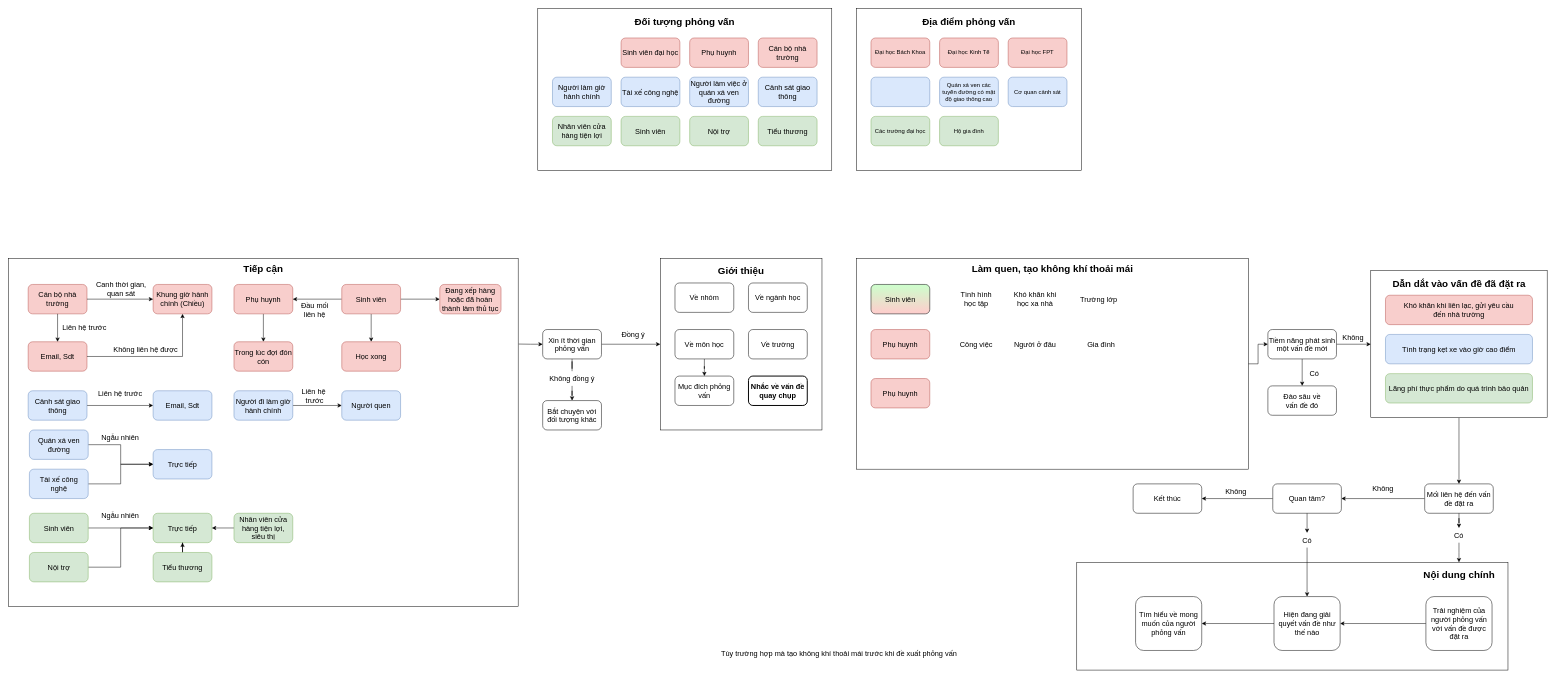
Before: Untitled Diagram.drawio in lukas0173/Draw.io, a draw.io diagram. Source tidied: cells renumbered, new cells numbered last; positions are measured from the earlier drawing's top-left corner, leaving out a move shared by most shapes. Both pictures are drawn from the tidied source at 49%, with x=0, y=0 at pixel (8, 8).
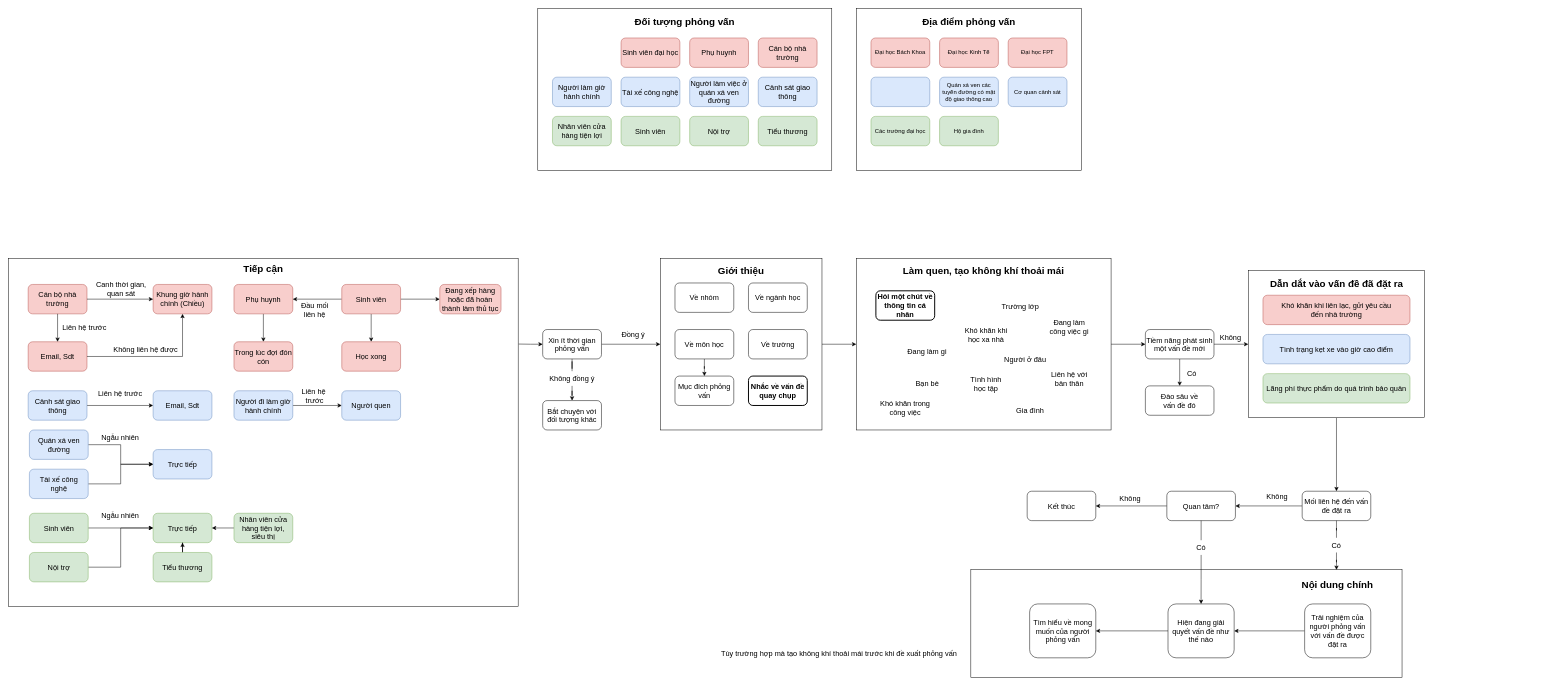
Above is the later version.

Unchanged cells that the change refers to:
```xml
<mxCell id="30" style="rounded=0;whiteSpace=wrap;html=1;" parent="1" vertex="1">
  <mxGeometry x="1330" y="510" width="330" height="350" as="geometry" />
</mxCell>
```

Change to the diagram source:
```diff
@@
+    <mxCell id="140" style="edgeStyle=orthogonalEdgeStyle;rounded=0;jettySize=auto;html=1;" parent="1" edge="1" source="30" target="47">
+      <mxGeometry relative="1" as="geometry" />
+    </mxCell>
@@
     <mxCell id="47" style="rounded=0;whiteSpace=wrap;html=1;" parent="1" vertex="1">
-      <mxGeometry x="1730" y="510" width="800" height="430" as="geometry" />
+      <mxGeometry x="1730" y="510" width="520" height="350" as="geometry" />
     </mxCell>
     <mxCell id="48" value="&lt;span style=&quot;font-size: 20px;&quot;&gt;Làm quen, tạo không khí thoải mái&lt;/span&gt;" style="text;html=1;align=center;verticalAlign=middle;whiteSpace=wrap;rounded=0;fontStyle=1;" parent="1" vertex="1">
-      <mxGeometry x="1843.8" y="516" width="572.5" height="30" as="geometry" />
+      <mxGeometry x="1806.9" y="520" width="366.2" height="30" as="geometry" />
     </mxCell>
-    <mxCell id="49" value="Sinh viên" style="rounded=1;whiteSpace=wrap;html=1;fontSize=15;gradientColor=#FFCCCC;gradientDirection=south;fillColor=#CCFFCC;" parent="1" vertex="1">
-      <mxGeometry x="1760" y="563" width="120" height="60" as="geometry" />
-    </mxCell>
@@
     <mxCell id="52" style="rounded=0;whiteSpace=wrap;html=1;" parent="1" vertex="1">
-      <mxGeometry x="2780" y="535" width="360" height="300" as="geometry" />
+      <mxGeometry x="2530" y="535" width="360" height="300" as="geometry" />
     </mxCell>
     <mxCell id="53" value="&lt;span style=&quot;font-size: 20px;&quot;&gt;Dẫn dắt vào vấn đề đã đặt ra&lt;/span&gt;" style="text;html=1;align=center;verticalAlign=middle;whiteSpace=wrap;rounded=0;fontStyle=1;" parent="1" vertex="1">
-      <mxGeometry x="2813.8" y="546" width="292.5" height="30" as="geometry" />
+      <mxGeometry x="2563.8" y="546" width="292.5" height="30" as="geometry" />
     </mxCell>
     <mxCell id="54" value="Khó khăn khi liên lạc, gửi yêu cầu&lt;div&gt;đến nhà trường&lt;/div&gt;" style="rounded=1;whiteSpace=wrap;html=1;fillColor=#f8cecc;strokeColor=#b85450;fontSize=15;" parent="1" vertex="1">
-      <mxGeometry x="2810" y="585" width="300" height="60" as="geometry" />
+      <mxGeometry x="2560" y="585" width="300" height="60" as="geometry" />
     </mxCell>
     <mxCell id="55" value="Lãng phí thực phẩm do quá trình bảo quản" style="rounded=1;whiteSpace=wrap;html=1;fillColor=#d5e8d4;strokeColor=#82b366;fontSize=15;" parent="1" vertex="1">
-      <mxGeometry x="2810" y="745" width="300" height="60" as="geometry" />
+      <mxGeometry x="2560" y="745" width="300" height="60" as="geometry" />
     </mxCell>
     <mxCell id="56" value="Tình trạng kẹt xe vào giờ cao điểm" style="rounded=1;whiteSpace=wrap;html=1;fillColor=#dae8fc;strokeColor=#6c8ebf;fontSize=15;" parent="1" vertex="1">
-      <mxGeometry x="2810" y="665" width="300" height="60" as="geometry" />
+      <mxGeometry x="2560" y="665" width="300" height="60" as="geometry" />
     </mxCell>
@@
     <mxCell id="59" value="Tiềm năng phát sinh một vấn đề mới" style="rounded=1;whiteSpace=wrap;html=1;fontSize=15;" parent="1" vertex="1">
-      <mxGeometry x="2570" y="655" width="140" height="60" as="geometry" />
+      <mxGeometry x="2320" y="655" width="140" height="60" as="geometry" />
     </mxCell>
     <mxCell id="60" value="Đào sâu về&lt;div&gt;vấn đề đó&lt;/div&gt;" style="rounded=1;whiteSpace=wrap;html=1;fontSize=15;" parent="1" vertex="1">
-      <mxGeometry x="2570" y="770" width="140" height="60" as="geometry" />
+      <mxGeometry x="2320" y="770" width="140" height="60" as="geometry" />
     </mxCell>
     <mxCell id="61" value="Có" style="text;html=1;align=center;verticalAlign=middle;whiteSpace=wrap;rounded=0;fontSize=15;" parent="1" vertex="1">
-      <mxGeometry x="2610" y="730" width="110" height="30" as="geometry" />
+      <mxGeometry x="2360" y="730" width="110" height="30" as="geometry" />
     </mxCell>
     <mxCell id="62" value="Không" style="text;html=1;align=center;verticalAlign=middle;whiteSpace=wrap;rounded=0;fontSize=15;" parent="1" vertex="1">
-      <mxGeometry x="2688.8" y="655" width="110" height="30" as="geometry" />
+      <mxGeometry x="2438.8" y="655" width="110" height="30" as="geometry" />
     </mxCell>
@@
     <mxCell id="64" style="rounded=0;whiteSpace=wrap;html=1;" parent="1" vertex="1">
-      <mxGeometry x="2180" y="1130" width="880" height="220" as="geometry" />
+      <mxGeometry x="1963.8" y="1145" width="880" height="220" as="geometry" />
     </mxCell>
     <mxCell id="65" value="&lt;span style=&quot;font-size: 20px;&quot;&gt;Nội dung chính&lt;/span&gt;" style="text;html=1;align=center;verticalAlign=middle;whiteSpace=wrap;rounded=0;fontStyle=1;" parent="1" vertex="1">
-      <mxGeometry x="2813.8" y="1140" width="292.5" height="30" as="geometry" />
+      <mxGeometry x="2580" y="1160" width="263.8" height="30" as="geometry" />
     </mxCell>
     <mxCell id="66" style="edgeStyle=orthogonalEdgeStyle;rounded=0;orthogonalLoop=1;jettySize=auto;html=1;exitX=0.5;exitY=1;exitDx=0;exitDy=0;" parent="1" edge="1">
       <mxGeometry relative="1" as="geometry">
-        <mxPoint x="2960" y="1240" as="sourcePoint" />
-        <mxPoint x="2960" y="1240" as="targetPoint" />
+        <mxPoint x="2743.8" y="1255" as="sourcePoint" />
+        <mxPoint x="2743.8" y="1255" as="targetPoint" />
       </mxGeometry>
     </mxCell>
-    <mxCell id="67" style="edgeStyle=orthogonalEdgeStyle;rounded=0;jettySize=auto;html=1;" parent="1" edge="1" source="71">
-      <mxGeometry relative="1" as="geometry">
-        <mxPoint x="2960" y="1130" as="targetPoint" />
-      </mxGeometry>
+    <mxCell id="67" style="edgeStyle=orthogonalEdgeStyle;rounded=0;jettySize=auto;html=1;entryX=0.848;entryY=0.002;entryDx=0;entryDy=0;entryPerimeter=0;" parent="1" edge="1" source="71" target="64">
+      <mxGeometry relative="1" as="geometry" />
     </mxCell>
@@
     <mxCell id="69" value="Mối liên hệ đến vấn đề đặt ra" style="rounded=1;whiteSpace=wrap;html=1;fontSize=15;" parent="1" vertex="1">
-      <mxGeometry x="2890" y="970" width="140" height="60" as="geometry" />
+      <mxGeometry x="2640" y="985" width="140" height="60" as="geometry" />
     </mxCell>
-    <mxCell id="70" style="edgeStyle=orthogonalEdgeStyle;rounded=0;jettySize=auto;html=1;entryX=0.5;entryY=0;entryDx=0;entryDy=0;" parent="1" edge="1" source="69" target="71">
+    <mxCell id="70" style="edgeStyle=orthogonalEdgeStyle;rounded=0;jettySize=auto;html=1;entryX=0.5;entryY=0;entryDx=0;entryDy=0;endArrow=none;startFill=0;" parent="1" edge="1" source="69" target="71">
       <mxGeometry relative="1" as="geometry" />
     </mxCell>
     <mxCell id="71" value="Có" style="text;html=1;align=center;verticalAlign=middle;whiteSpace=wrap;rounded=0;fontSize=15;" parent="1" vertex="1">
-      <mxGeometry x="2905" y="1060" width="110" height="30" as="geometry" />
+      <mxGeometry x="2655" y="1080" width="110" height="30" as="geometry" />
     </mxCell>
@@
     <mxCell id="74" value="Quan tâm?" style="rounded=1;whiteSpace=wrap;html=1;fontSize=15;" parent="1" vertex="1">
-      <mxGeometry x="2580" y="970" width="140" height="60" as="geometry" />
+      <mxGeometry x="2363.8" y="985" width="140" height="60" as="geometry" />
     </mxCell>
     <mxCell id="75" value="Không" style="text;html=1;align=center;verticalAlign=middle;whiteSpace=wrap;rounded=0;fontSize=15;" parent="1" vertex="1">
-      <mxGeometry x="2750" y="965" width="110" height="30" as="geometry" />
+      <mxGeometry x="2533.8" y="980" width="110" height="30" as="geometry" />
     </mxCell>
     <mxCell id="76" value="Kết thúc" style="rounded=1;whiteSpace=wrap;html=1;fontSize=15;" parent="1" vertex="1">
-      <mxGeometry x="2295" y="970" width="140" height="60" as="geometry" />
+      <mxGeometry x="2078.8" y="985" width="140" height="60" as="geometry" />
     </mxCell>
     <mxCell id="77" value="Không" style="text;html=1;align=center;verticalAlign=middle;whiteSpace=wrap;rounded=0;fontSize=15;" parent="1" vertex="1">
-      <mxGeometry x="2450" y="970" width="110" height="30" as="geometry" />
+      <mxGeometry x="2233.8" y="985" width="110" height="30" as="geometry" />
     </mxCell>
@@
     <mxCell id="79" value="Trải nghiệm của người phỏng vấn với vấn đề được đặt ra" style="rounded=1;whiteSpace=wrap;html=1;fontSize=15;" parent="1" vertex="1">
-      <mxGeometry x="2892.5" y="1200" width="135" height="110" as="geometry" />
+      <mxGeometry x="2645" y="1215" width="135" height="110" as="geometry" />
     </mxCell>
@@
     <mxCell id="81" value="Hiện đang giải quyết vấn đề như thế nào" style="rounded=1;whiteSpace=wrap;html=1;fontSize=15;" parent="1" vertex="1">
-      <mxGeometry x="2582.5" y="1200" width="135" height="110" as="geometry" />
+      <mxGeometry x="2366.2" y="1215" width="135" height="110" as="geometry" />
     </mxCell>
-    <mxCell id="82" style="edgeStyle=orthogonalEdgeStyle;rounded=0;jettySize=auto;html=1;entryX=0.5;entryY=0;entryDx=0;entryDy=0;" parent="1" edge="1" source="74" target="83">
+    <mxCell id="82" style="edgeStyle=orthogonalEdgeStyle;rounded=0;jettySize=auto;html=1;entryX=0.5;entryY=0;entryDx=0;entryDy=0;endArrow=none;startFill=0;" parent="1" edge="1" source="74" target="83">
       <mxGeometry relative="1" as="geometry" />
     </mxCell>
     <mxCell id="83" value="Có" style="text;html=1;align=center;verticalAlign=middle;whiteSpace=wrap;rounded=0;fontSize=15;" parent="1" vertex="1">
-      <mxGeometry x="2595" y="1070" width="110" height="30" as="geometry" />
+      <mxGeometry x="2378.8" y="1085" width="110" height="30" as="geometry" />
     </mxCell>
     <mxCell id="84" value="Tìm hiểu về mong muốn của người phỏng vấn" style="rounded=1;whiteSpace=wrap;html=1;fontSize=15;" parent="1" vertex="1">
-      <mxGeometry x="2300" y="1200" width="135" height="110" as="geometry" />
+      <mxGeometry x="2083.8" y="1215" width="135" height="110" as="geometry" />
     </mxCell>
@@
     <mxCell id="129" value="Tình hình học tập" style="text;html=1;align=center;verticalAlign=middle;whiteSpace=wrap;rounded=0;fontSize=15;" parent="1" vertex="1">
-      <mxGeometry x="1930" y="578" width="90" height="30" as="geometry" />
+      <mxGeometry x="1950" y="750" width="90" height="30" as="geometry" />
     </mxCell>
     <mxCell id="130" value="Khó khăn khi học xa nhà" style="text;html=1;align=center;verticalAlign=middle;whiteSpace=wrap;rounded=0;fontSize=15;" parent="1" vertex="1">
-      <mxGeometry x="2050" y="578" width="90" height="30" as="geometry" />
+      <mxGeometry x="1950" y="650" width="90" height="30" as="geometry" />
     </mxCell>
@@
     <mxCell id="132" value="Trường lớp" style="text;html=1;align=center;verticalAlign=middle;whiteSpace=wrap;rounded=0;fontSize=15;" parent="1" vertex="1">
-      <mxGeometry x="2180" y="578" width="90" height="30" as="geometry" />
+      <mxGeometry x="2020" y="593" width="90" height="30" as="geometry" />
     </mxCell>
@@
-    <mxCell id="135" value="Phụ huynh" style="rounded=1;whiteSpace=wrap;html=1;fillColor=#f8cecc;strokeColor=#b85450;fontSize=15;" parent="1" vertex="1">
-      <mxGeometry x="1760" y="655" width="120" height="60" as="geometry" />
-    </mxCell>
-    <mxCell id="136" value="Công việc" style="text;html=1;align=center;verticalAlign=middle;whiteSpace=wrap;rounded=0;fontSize=15;" parent="1" vertex="1">
-      <mxGeometry x="1930" y="670" width="90" height="30" as="geometry" />
-    </mxCell>
+    <mxCell id="141" value="Đang làm gì" style="text;html=1;align=center;verticalAlign=middle;whiteSpace=wrap;rounded=0;fontSize=15;" parent="1" vertex="1">
+      <mxGeometry x="1830" y="685" width="90" height="30" as="geometry" />
+    </mxCell>
     <mxCell id="137" value="Người ở đâu" style="text;html=1;align=center;verticalAlign=middle;whiteSpace=wrap;rounded=0;fontSize=15;" parent="1" vertex="1">
-      <mxGeometry x="2050" y="670" width="90" height="30" as="geometry" />
+      <mxGeometry x="2030" y="700" width="90" height="30" as="geometry" />
     </mxCell>
+    <mxCell id="142" value="Đang làm công việc gì" style="text;html=1;align=center;verticalAlign=middle;whiteSpace=wrap;rounded=0;fontSize=15;" parent="1" vertex="1">
+      <mxGeometry x="2120" y="635" width="90" height="30" as="geometry" />
+    </mxCell>
+    <mxCell id="143" value="Liên hệ với bản thân" style="text;html=1;align=center;verticalAlign=middle;whiteSpace=wrap;rounded=0;fontSize=15;" parent="1" vertex="1">
+      <mxGeometry x="2120" y="740" width="90" height="30" as="geometry" />
+    </mxCell>
     <mxCell id="138" value="Gia đình" style="text;html=1;align=center;verticalAlign=middle;whiteSpace=wrap;rounded=0;fontSize=15;" parent="1" vertex="1">
-      <mxGeometry x="2185" y="670" width="90" height="30" as="geometry" />
+      <mxGeometry x="2040" y="805" width="90" height="30" as="geometry" />
     </mxCell>
-    <mxCell id="139" value="Phụ huynh" style="rounded=1;whiteSpace=wrap;html=1;fillColor=#f8cecc;strokeColor=#b85450;fontSize=15;" parent="1" vertex="1">
-      <mxGeometry x="1760" y="755" width="120" height="60" as="geometry" />
-    </mxCell>
+    <mxCell id="144" value="Bạn bè" style="text;html=1;align=center;verticalAlign=middle;whiteSpace=wrap;rounded=0;fontSize=15;" parent="1" vertex="1">
+      <mxGeometry x="1830" y="750" width="90" height="30" as="geometry" />
+    </mxCell>
+    <mxCell id="145" value="Khó khăn trong công việc" style="text;html=1;align=center;verticalAlign=middle;whiteSpace=wrap;rounded=0;fontSize=15;" parent="1" vertex="1">
+      <mxGeometry x="1760" y="800" width="140" height="30" as="geometry" />
+    </mxCell>
+    <mxCell id="146" value="Hỏi một chút về thông tin cá nhân" style="rounded=1;whiteSpace=wrap;html=1;fontSize=15;strokeWidth=2;fontStyle=1;" parent="1" vertex="1">
+      <mxGeometry x="1770" y="576" width="120" height="60" as="geometry" />
+    </mxCell>
```
